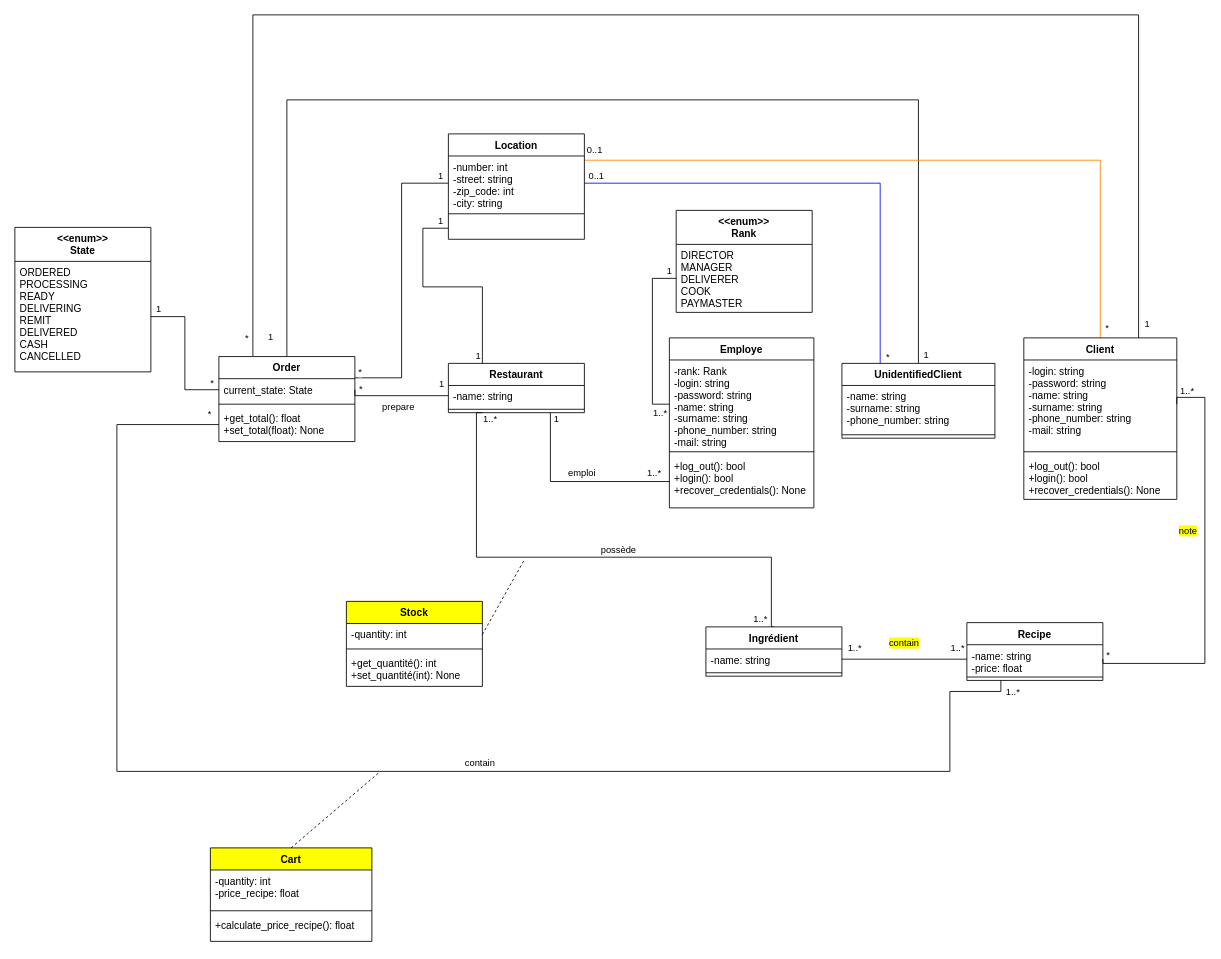
Before: Class diagram.drawio in damien-devpy/OC-P6, a draw.io diagram. Source tidied: cells renumbered, new cells numbered last; positions are measured from the earlier drawing's top-left corner, leaving out a move shared by most shapes. Both pictures are drawn from the tidied source at 85%, with x=0, y=0 at pixel (14, 14).
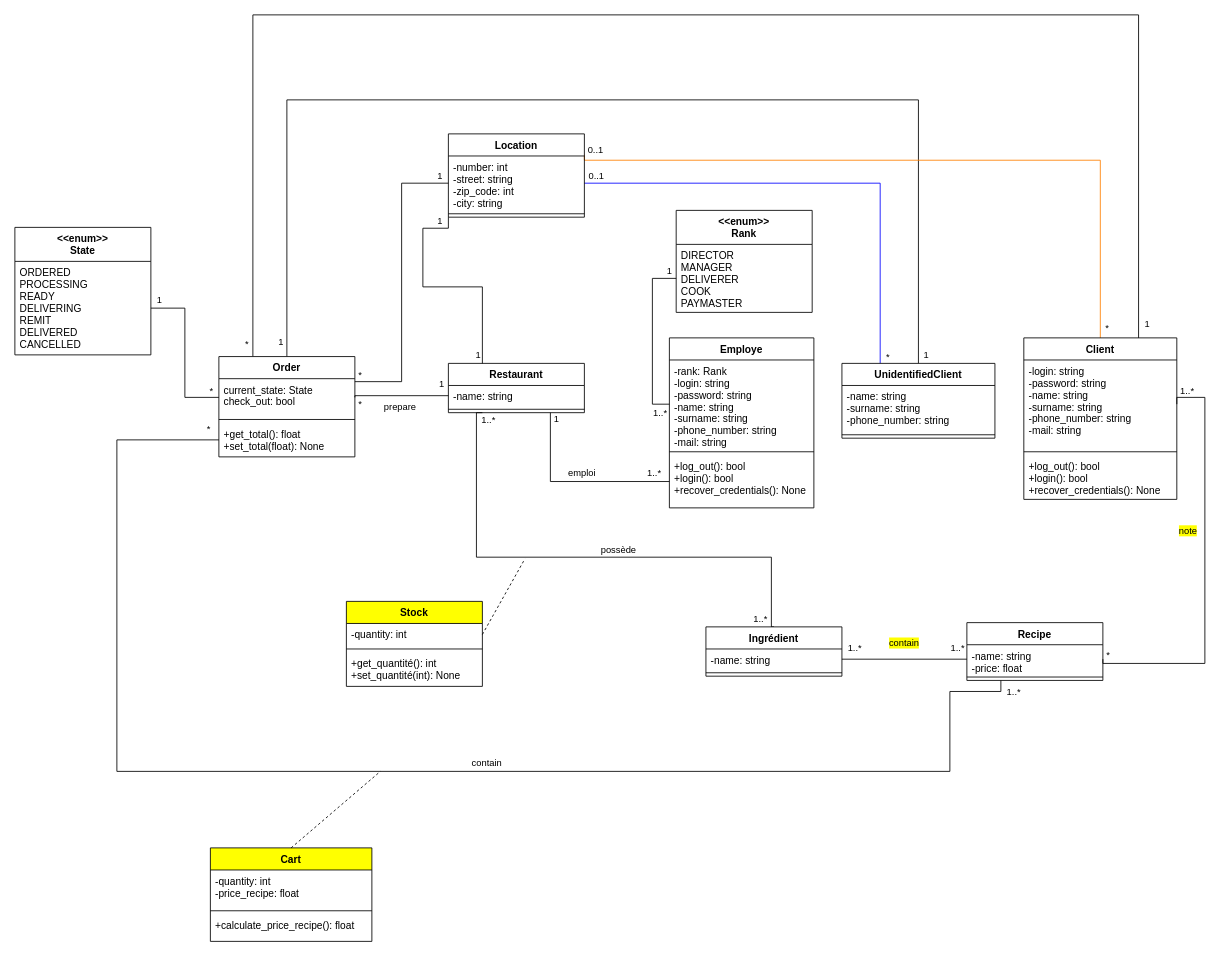
The same page after the edit.

Commit message (it also covers changes not shown here):
Change the way the checkout is manage. Now an attribute in order_made, not a state anymore

Unchanged cells that the change refers to:
```xml
<mxCell id="6" style="endArrow=none;html=1;edgeStyle=orthogonalEdgeStyle;rounded=0;entryX=0.25;entryY=1;entryDx=0;entryDy=0;exitX=0.5;exitY=0;exitDx=0;exitDy=0;" parent="1" edge="1" source="33" target="49">
  <mxGeometry relative="1" as="geometry">
    <Array as="points">
      <mxPoint x="890" y="720" />
      <mxPoint x="890" y="638" />
      <mxPoint x="543" y="638" />
      <mxPoint x="543" y="468" />
    </Array>
  </mxGeometry>
</mxCell>
<mxCell id="19" style="edgeStyle=orthogonalEdgeStyle;rounded=0;jettySize=auto;html=1;endArrow=none;endFill=0;endSize=8;strokeWidth=1;exitX=0;exitY=0.5;exitDx=0;exitDy=0;entryX=1;entryY=0.5;entryDx=0;entryDy=0;" parent="1" edge="1" source="50" target="59">
  <mxGeometry relative="1" as="geometry">
    <Array as="points">
      <mxPoint x="400" y="448" />
    </Array>
  </mxGeometry>
</mxCell>
<mxCell id="27" style="edgeStyle=orthogonalEdgeStyle;rounded=0;jettySize=auto;html=1;exitX=0.5;exitY=0;exitDx=0;exitDy=0;endArrow=none;endFill=0;strokeWidth=1;endSize=8;strokeColor=#000000;entryX=0.5;entryY=0;entryDx=0;entryDy=0;" parent="1" edge="1" source="46" target="58">
  <mxGeometry relative="1" as="geometry">
    <Array as="points">
      <mxPoint x="1063" y="100" />
      <mxPoint x="320" y="100" />
    </Array>
  </mxGeometry>
</mxCell>
<mxCell id="30" style="edgeStyle=orthogonalEdgeStyle;rounded=0;jettySize=auto;html=1;exitX=0.5;exitY=0;exitDx=0;exitDy=0;endArrow=none;endFill=0;endSize=8;strokeColor=#FF8000;entryX=1;entryY=0.25;entryDx=0;entryDy=0;" parent="1" edge="1" source="39" target="70">
  <mxGeometry relative="1" as="geometry">
    <Array as="points">
      <mxPoint x="1277" y="171" />
    </Array>
  </mxGeometry>
</mxCell>
<mxCell id="36" style="edgeStyle=orthogonalEdgeStyle;rounded=0;jettySize=auto;html=1;exitX=0.75;exitY=0;exitDx=0;exitDy=0;endArrow=none;endFill=0;strokeColor=#000000;entryX=0.25;entryY=0;entryDx=0;entryDy=0;" parent="1" edge="1" source="39" target="58">
  <mxGeometry relative="1" as="geometry">
    <Array as="points">
      <mxPoint x="1322" />
      <mxPoint x="280" />
    </Array>
  </mxGeometry>
</mxCell>
<mxCell id="49" value="Restaurant" style="swimlane;fontStyle=1;align=center;verticalAlign=top;horizontal=1;startSize=26;" parent="1" vertex="1">
  <mxGeometry x="510" y="410" width="160" height="58" as="geometry" />
</mxCell>
<mxCell id="52" value="Recipe" style="swimlane;fontStyle=1;align=center;verticalAlign=top;horizontal=1;startSize=26;" parent="1" vertex="1">
  <mxGeometry x="1120" y="715" width="160" height="68" as="geometry" />
</mxCell>
<mxCell id="55" style="edgeStyle=orthogonalEdgeStyle;rounded=0;jettySize=auto;html=1;exitX=1;exitY=0.25;exitDx=0;exitDy=0;entryX=0;entryY=0.5;entryDx=0;entryDy=0;endArrow=none;endFill=0;" parent="1" edge="1" source="58" target="71">
  <mxGeometry relative="1" as="geometry" />
</mxCell>
```

Change to the diagram source:
```diff
@@
     <mxCell id="8" value="1..*" style="edgeLabel;html=1;align=center;verticalAlign=middle;" parent="6" vertex="1">
       <mxGeometry x="0.87" y="-1" relative="1" as="geometry">
-        <mxPoint x="14" y="-25.9" as="offset" />
+        <mxPoint x="12" y="-24.9" as="offset" />
       </mxGeometry>
     </mxCell>
@@
     <mxCell id="21" value="*" style="edgeLabel;html=1;align=center;verticalAlign=middle;" parent="19" vertex="1">
       <mxGeometry x="0.98" y="5" relative="1" as="geometry">
-        <mxPoint x="11" y="-2.2" as="offset" />
+        <mxPoint y="8.8" as="offset" />
       </mxGeometry>
     </mxCell>
@@
     <mxCell id="23" style="edgeStyle=orthogonalEdgeStyle;rounded=0;jettySize=auto;html=1;exitX=0.25;exitY=1;exitDx=0;exitDy=0;entryX=0;entryY=0.5;entryDx=0;entryDy=0;endArrow=none;endFill=0;" parent="1" edge="1" source="52" target="61">
       <mxGeometry relative="1" as="geometry">
         <Array as="points">
           <mxPoint x="1160" y="796" />
           <mxPoint x="1100" y="796" />
           <mxPoint x="1100" y="890" />
           <mxPoint x="120" y="890" />
-          <mxPoint x="120" y="482" />
+          <mxPoint x="120" y="500" />
         </Array>
       </mxGeometry>
     </mxCell>
@@
     <mxCell id="26" value="*" style="edgeLabel;html=1;align=center;verticalAlign=middle;" parent="23" vertex="1">
       <mxGeometry x="0.91" y="-2" relative="1" as="geometry">
-        <mxPoint x="63.2" y="-16" as="offset" />
+        <mxPoint x="62.2" y="-16" as="offset" />
       </mxGeometry>
     </mxCell>
@@
     <mxCell id="28" value="1" style="edgeLabel;html=1;align=center;verticalAlign=middle;" parent="27" vertex="1">
       <mxGeometry x="0.98" y="2" relative="1" as="geometry">
-        <mxPoint x="-22" y="-9.6" as="offset" />
+        <mxPoint x="-10" y="-3.6" as="offset" />
       </mxGeometry>
     </mxCell>
@@
     <mxCell id="32" value="0..1" style="edgeLabel;html=1;align=center;verticalAlign=middle;" parent="30" vertex="1">
       <mxGeometry x="0.95" y="1" relative="1" as="geometry">
-        <mxPoint x="-8.2" y="-14" as="offset" />
+        <mxPoint x="-1.2" y="-14" as="offset" />
       </mxGeometry>
     </mxCell>
@@
     <mxCell id="37" value="*" style="edgeLabel;html=1;align=center;verticalAlign=middle;" parent="36" vertex="1">
       <mxGeometry x="0.98" y="-2" relative="1" as="geometry">
-        <mxPoint x="-6" y="-5" as="offset" />
+        <mxPoint x="-6" y="2" as="offset" />
       </mxGeometry>
     </mxCell>
@@
     <mxCell id="57" value="*" style="edgeLabel;html=1;align=center;verticalAlign=middle;" parent="55" vertex="1">
       <mxGeometry x="-0.95" y="2" relative="1" as="geometry">
-        <mxPoint x="-3" y="-6" as="offset" />
+        <mxPoint x="-4" y="-6" as="offset" />
       </mxGeometry>
     </mxCell>
     <mxCell id="58" value="Order" style="swimlane;fontStyle=1;align=center;verticalAlign=top;horizontal=1;startSize=26;" parent="1" vertex="1">
-      <mxGeometry x="240" y="402" width="160" height="100" as="geometry" />
+      <mxGeometry x="240" y="402" width="160" height="118" as="geometry" />
     </mxCell>
-    <mxCell id="59" value="current_state: State" style="text;strokeColor=none;fillColor=none;align=left;verticalAlign=top;spacingLeft=4;spacingRight=4;overflow=hidden;points=[[0,0.5],[1,0.5]];portConstraint=eastwest;" parent="58" vertex="1">
-      <mxGeometry y="26" width="160" height="26" as="geometry" />
+    <mxCell id="59" value="current_state: State&#10;check_out: bool" style="text;strokeColor=none;fillColor=none;align=left;verticalAlign=top;spacingLeft=4;spacingRight=4;overflow=hidden;points=[[0,0.5],[1,0.5]];portConstraint=eastwest;" parent="58" vertex="1">
+      <mxGeometry y="26" width="160" height="44" as="geometry" />
     </mxCell>
     <mxCell id="60" style="line;strokeWidth=1;fillColor=none;align=left;verticalAlign=middle;spacingTop=-1;spacingLeft=3;spacingRight=3;labelPosition=right;" parent="58" vertex="1">
-      <mxGeometry y="52" width="160" height="8" as="geometry" />
+      <mxGeometry y="70" width="160" height="8" as="geometry" />
     </mxCell>
     <mxCell id="61" value="+get_total(): float&#10;+set_total(float): None" style="text;strokeColor=none;fillColor=none;align=left;verticalAlign=top;spacingLeft=4;spacingRight=4;overflow=hidden;points=[[0,0.5],[1,0.5]];portConstraint=eastwest;" parent="58" vertex="1">
-      <mxGeometry y="60" width="160" height="40" as="geometry" />
+      <mxGeometry y="78" width="160" height="40" as="geometry" />
     </mxCell>
@@
     <mxCell id="70" value="Location" style="swimlane;fontStyle=1;align=center;verticalAlign=top;horizontal=1;startSize=26;" parent="1" vertex="1">
-      <mxGeometry x="510" y="140" width="160" height="124" as="geometry" />
+      <mxGeometry x="510" y="140" width="160" height="98" as="geometry" />
     </mxCell>
@@
-    <mxCell id="73" value="&#10;&#10;" style="text;strokeColor=none;fillColor=none;align=left;verticalAlign=top;spacingLeft=4;spacingRight=4;overflow=hidden;points=[[0,0.5],[1,0.5]];portConstraint=eastwest;" parent="70" vertex="1">
-      <mxGeometry y="98" width="160" height="26" as="geometry" />
-    </mxCell>
-    <mxCell id="74" style="endArrow=none;html=1;exitX=0.25;exitY=0;exitDx=0;exitDy=0;edgeStyle=orthogonalEdgeStyle;rounded=0;entryX=0;entryY=0.5;entryDx=0;entryDy=0;" parent="1" edge="1" source="49" target="73">
+    <mxCell id="74" style="endArrow=none;html=1;exitX=0.25;exitY=0;exitDx=0;exitDy=0;edgeStyle=orthogonalEdgeStyle;rounded=0;entryX=0;entryY=1;entryDx=0;entryDy=0;" parent="1" edge="1" source="49" target="70">
       <mxGeometry relative="1" as="geometry">
         <Array as="points">
           <mxPoint x="550" y="320" />
           <mxPoint x="480" y="320" />
           <mxPoint x="480" y="251" />
+          <mxPoint x="510" y="251" />
         </Array>
       </mxGeometry>
     </mxCell>
@@
     <mxCell id="76" value="1" style="edgeLabel;html=1;align=center;verticalAlign=middle;" parent="74" vertex="1">
       <mxGeometry x="0.92" y="1" relative="1" as="geometry">
-        <mxPoint y="-8" as="offset" />
+        <mxPoint x="-10" y="-8" as="offset" />
       </mxGeometry>
     </mxCell>
@@
     <mxCell id="84" value="&lt;&lt;enum&gt;&gt;&#10;State" style="swimlane;fontStyle=1;align=center;verticalAlign=top;horizontal=1;startSize=40;fontSize=12;swimlaneLine=1;" parent="1" vertex="1">
-      <mxGeometry y="250" width="160" height="170" as="geometry" />
+      <mxGeometry y="250" width="160" height="150" as="geometry" />
     </mxCell>
-    <mxCell id="85" value="ORDERED&#10;PROCESSING&#10;READY&#10;DELIVERING&#10;REMIT&#10;DELIVERED&#10;CASH&#10;CANCELLED" style="text;strokeColor=none;fillColor=none;align=left;verticalAlign=top;spacingLeft=4;spacingRight=4;overflow=hidden;points=[[0,0.5],[1,0.5]];portConstraint=eastwest;" parent="84" vertex="1">
-      <mxGeometry y="40" width="160" height="130" as="geometry" />
+    <mxCell id="85" value="ORDERED&#10;PROCESSING&#10;READY&#10;DELIVERING&#10;REMIT&#10;DELIVERED&#10;CANCELLED" style="text;strokeColor=none;fillColor=none;align=left;verticalAlign=top;spacingLeft=4;spacingRight=4;overflow=hidden;points=[[0,0.5],[1,0.5]];portConstraint=eastwest;" parent="84" vertex="1">
+      <mxGeometry y="40" width="160" height="110" as="geometry" />
     </mxCell>
```
